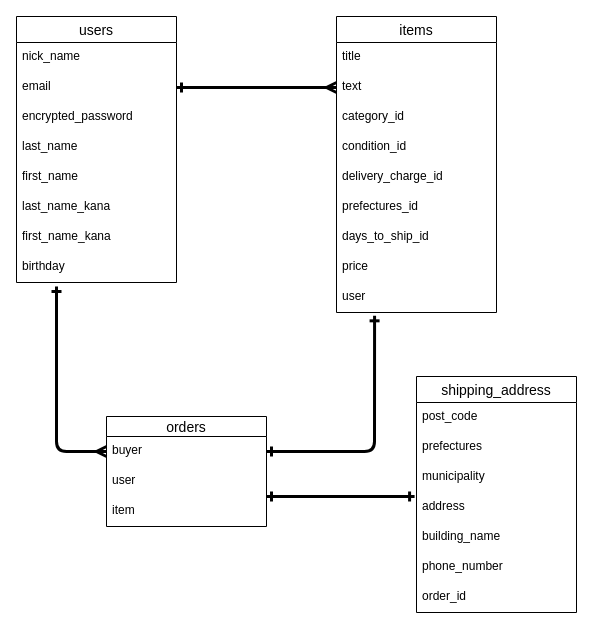
MitsuoYajima/furima-37224 keeps this draw.io diagram as .dio. Above is the earlier version. Source tidied: cells renumbered, new cells numbered last; positions are measured from the earlier drawing's top-left corner, leaving out a move shared by most shapes. Both pictures are drawn from the tidied source at 100%, with x=0, y=0 at pixel (16, 16).
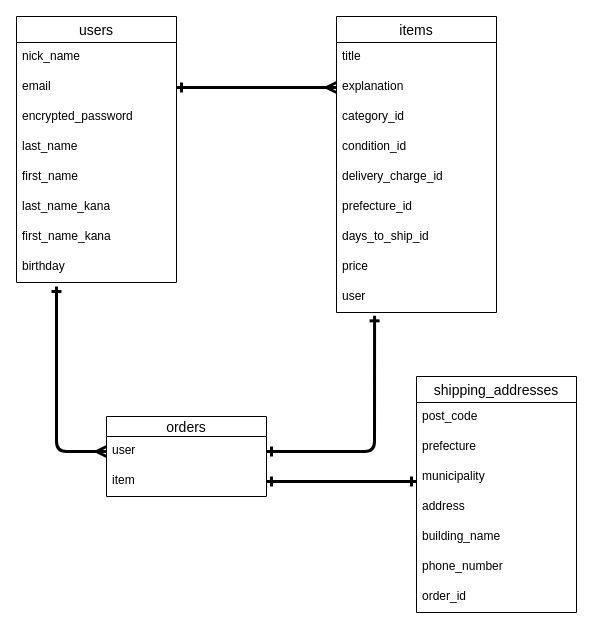
The same diagram, later.

Commit message (it also covers changes not shown here):
レビューの修正３

Unchanged cells that the change refers to:
```xml
<mxCell id="13" value="items" style="swimlane;fontStyle=0;horizontal=1;startSize=26;align=center;fontSize=14;" parent="1" vertex="1">
  <mxGeometry x="320" width="160" height="296" as="geometry" />
</mxCell>
<mxCell id="22" value="user" style="text;strokeColor=none;fillColor=none;spacingLeft=4;spacingRight=4;overflow=hidden;points=[[0,0.5],[1,0.5]];portConstraint=eastwest;fontSize=12;" parent="13" vertex="1">
  <mxGeometry y="266" width="160" height="30" as="geometry" />
</mxCell>
<mxCell id="32" value="address" style="text;strokeColor=none;fillColor=none;spacingLeft=4;spacingRight=4;overflow=hidden;points=[[0,0.5],[1,0.5]];portConstraint=eastwest;fontSize=12;" parent="28" vertex="1">
  <mxGeometry y="116" width="160" height="30" as="geometry" />
</mxCell>
```

Change to the diagram source:
```diff
@@
-    <mxCell id="2" style="edgeStyle=none;html=1;entryX=0;entryY=0.5;entryDx=0;entryDy=0;startArrow=ERone;startFill=0;endArrow=ERmany;endFill=0;strokeWidth=3;" parent="1" edge="1" target="25">
+    <mxCell id="2" style="edgeStyle=none;html=1;entryX=0;entryY=0.5;entryDx=0;entryDy=0;startArrow=ERone;startFill=0;endArrow=ERmany;endFill=0;strokeWidth=3;" parent="1" edge="1">
       <mxGeometry relative="1" as="geometry">
         <mxPoint x="40" y="270" as="sourcePoint" />
+        <mxPoint x="90" y="435" as="targetPoint" />
         <Array as="points">
           <mxPoint x="40" y="435" />
         </Array>
       </mxGeometry>
     </mxCell>
@@
-    <mxCell id="12" style="edgeStyle=none;html=1;entryX=1;entryY=0.5;entryDx=0;entryDy=0;startArrow=ERone;startFill=0;endArrow=ERone;endFill=0;strokeWidth=3;exitX=0.238;exitY=1.111;exitDx=0;exitDy=0;exitPerimeter=0;" parent="1" edge="1" source="22" target="25">
+    <mxCell id="12" style="edgeStyle=none;html=1;entryX=1;entryY=0.5;entryDx=0;entryDy=0;startArrow=ERone;startFill=0;endArrow=ERone;endFill=0;strokeWidth=3;exitX=0.238;exitY=1.111;exitDx=0;exitDy=0;exitPerimeter=0;" parent="1" edge="1" source="22">
       <mxGeometry relative="1" as="geometry">
+        <mxPoint x="250" y="435" as="targetPoint" />
         <Array as="points">
           <mxPoint x="358" y="435" />
         </Array>
       </mxGeometry>
     </mxCell>
@@
-    <mxCell id="15" value="text" style="text;strokeColor=none;fillColor=none;spacingLeft=4;spacingRight=4;overflow=hidden;points=[[0,0.5],[1,0.5]];portConstraint=eastwest;fontSize=12;" parent="13" vertex="1">
+    <mxCell id="15" value="explanation" style="text;strokeColor=none;fillColor=none;spacingLeft=4;spacingRight=4;overflow=hidden;points=[[0,0.5],[1,0.5]];portConstraint=eastwest;fontSize=12;" parent="13" vertex="1">
       <mxGeometry y="56" width="160" height="30" as="geometry" />
     </mxCell>
@@
-    <mxCell id="19" value="prefectures_id" style="text;strokeColor=none;fillColor=none;spacingLeft=4;spacingRight=4;overflow=hidden;fontSize=12;" parent="13" vertex="1">
+    <mxCell id="19" value="prefecture_id" style="text;strokeColor=none;fillColor=none;spacingLeft=4;spacingRight=4;overflow=hidden;fontSize=12;" parent="13" vertex="1">
       <mxGeometry y="176" width="160" height="30" as="geometry" />
     </mxCell>
@@
     <mxCell id="24" value="orders" style="swimlane;fontStyle=0;horizontal=1;startSize=20;align=center;fontSize=14;" parent="1" vertex="1">
-      <mxGeometry x="90" y="400" width="160" height="110" as="geometry" />
+      <mxGeometry x="90" y="400" width="160" height="80" as="geometry" />
     </mxCell>
-    <mxCell id="25" value="buyer" style="text;strokeColor=none;fillColor=none;spacingLeft=4;spacingRight=4;overflow=hidden;points=[[0,0.5],[1,0.5]];portConstraint=eastwest;fontSize=12;" parent="24" vertex="1">
-      <mxGeometry y="20" width="160" height="30" as="geometry" />
-    </mxCell>
     <mxCell id="26" value="user" style="text;strokeColor=none;fillColor=none;spacingLeft=4;spacingRight=4;overflow=hidden;points=[[0,0.5],[1,0.5]];portConstraint=eastwest;fontSize=12;" parent="24" vertex="1">
-      <mxGeometry y="50" width="160" height="30" as="geometry" />
+      <mxGeometry y="20" width="160" height="30" as="geometry" />
     </mxCell>
     <mxCell id="27" value="item" style="text;strokeColor=none;fillColor=none;spacingLeft=4;spacingRight=4;overflow=hidden;points=[[0,0.5],[1,0.5]];portConstraint=eastwest;fontSize=12;" parent="24" vertex="1">
-      <mxGeometry y="80" width="160" height="30" as="geometry" />
+      <mxGeometry y="50" width="160" height="30" as="geometry" />
     </mxCell>
-    <mxCell id="28" value="shipping_address" style="swimlane;fontStyle=0;horizontal=1;startSize=26;align=center;fontSize=14;" parent="1" vertex="1">
+    <mxCell id="28" value="shipping_addresses" style="swimlane;fontStyle=0;horizontal=1;startSize=26;align=center;fontSize=14;" parent="1" vertex="1">
       <mxGeometry x="400" y="360" width="160" height="236" as="geometry" />
     </mxCell>
@@
-    <mxCell id="30" value="prefectures" style="text;strokeColor=none;fillColor=none;spacingLeft=4;spacingRight=4;overflow=hidden;fontSize=12;" parent="28" vertex="1">
+    <mxCell id="30" value="prefecture" style="text;strokeColor=none;fillColor=none;spacingLeft=4;spacingRight=4;overflow=hidden;fontSize=12;" parent="28" vertex="1">
       <mxGeometry y="56" width="160" height="30" as="geometry" />
     </mxCell>
@@
-    <mxCell id="36" style="edgeStyle=none;html=1;startArrow=ERone;startFill=0;endArrow=ERone;endFill=0;strokeWidth=3;entryX=-0.012;entryY=0.133;entryDx=0;entryDy=0;exitX=1;exitY=1;exitDx=0;exitDy=0;exitPerimeter=0;entryPerimeter=0;" parent="1" edge="1" source="26" target="32">
-      <mxGeometry relative="1" as="geometry" />
+    <mxCell id="36" style="edgeStyle=none;html=1;startArrow=ERone;startFill=0;endArrow=ERone;endFill=0;strokeWidth=3;exitX=1;exitY=0.5;exitDx=0;exitDy=0;" parent="1" edge="1" source="27">
+      <mxGeometry relative="1" as="geometry">
+        <mxPoint x="400" y="465" as="targetPoint" />
+      </mxGeometry>
     </mxCell>
```
